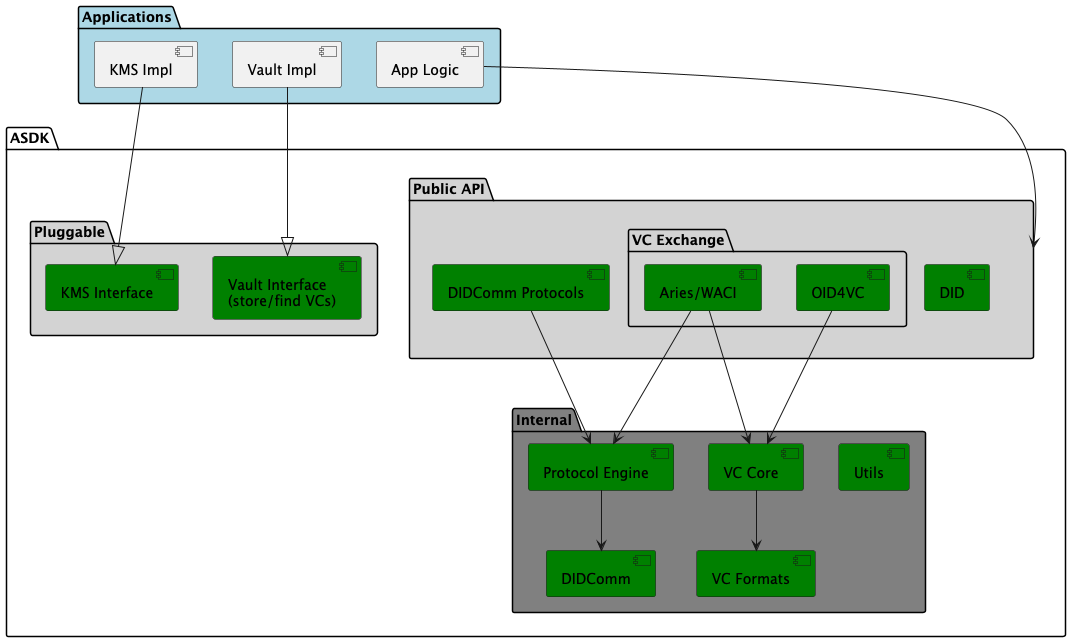
The PlantUML diagram docs/api-tiers.png in equs-ai/equs-credentials-sdk, before a commit.
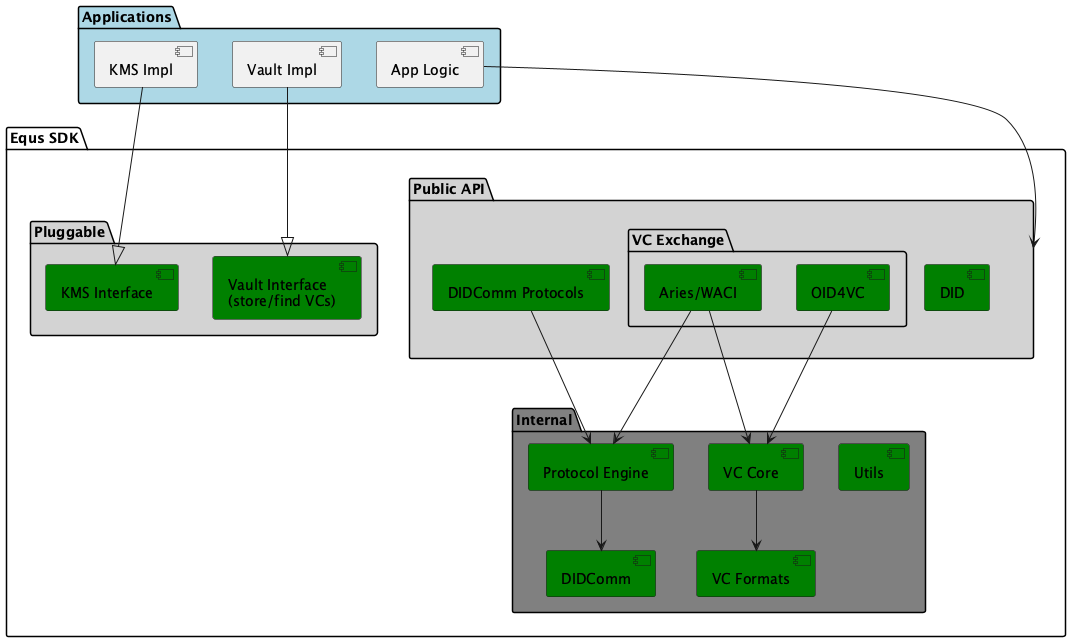
Later version of the same file.

What changed in the source:
```diff
@@ -6,7 +6,7 @@
    [App Logic] as AppL
 }
 
-package "ASDK" as ASDK {
+package "Equs SDK" as EqusSdk {
 
      package "Pluggable" #LightGray {
          [KMS Interface] as KMS #Green
```
